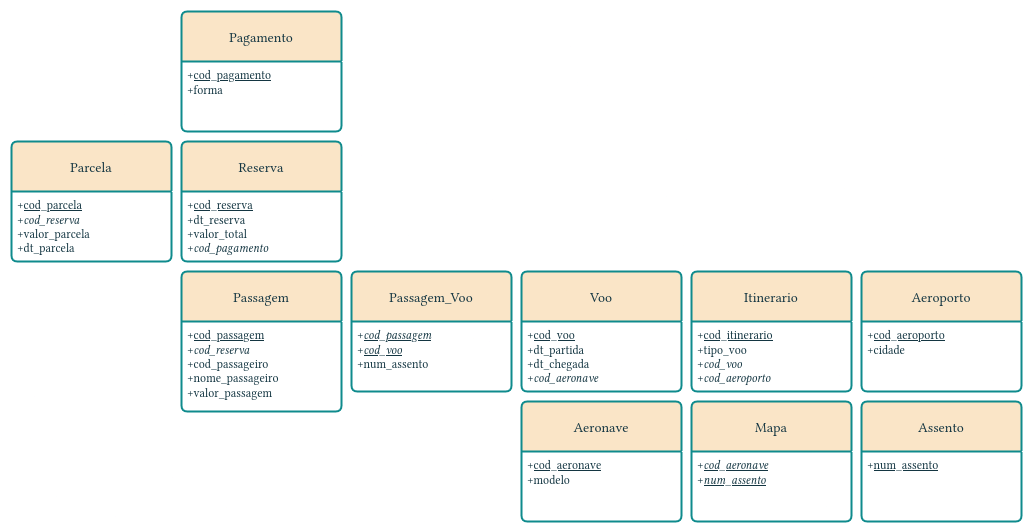
This is linhas-aereas-Tables.drawio.png from hmccl/linhas-aereas, a draw.io export, as it was before one commit. Source tidied: cells renumbered, new cells last; positions are measured from the earlier drawing's top-left corner, leaving out a move shared by most shapes.
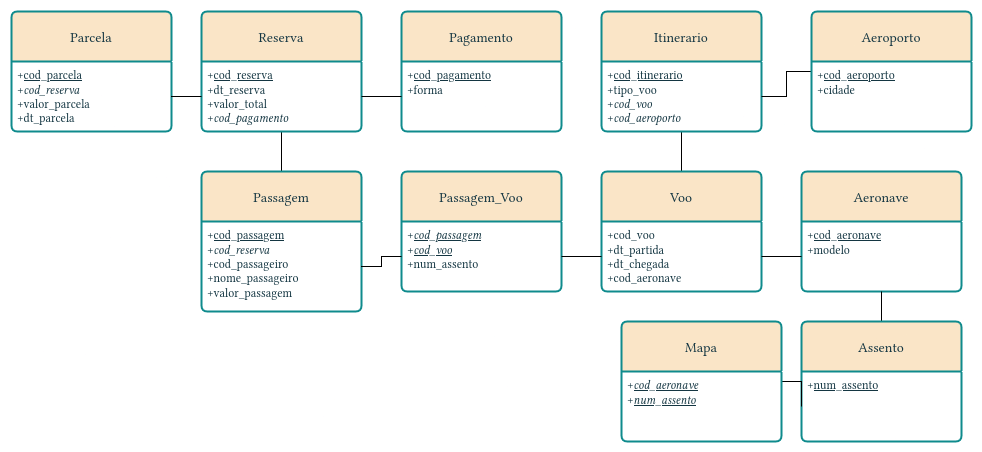
After the commit.

The edit, as a diff of the source:
```diff
@@ -2,71 +2,101 @@
   <root>
     <mxCell id="0" />
     <mxCell id="1" parent="0" />
+    <mxCell id="24" style="edgeStyle=orthogonalEdgeStyle;rounded=0;jettySize=auto;html=1;endArrow=none;startFill=0;" parent="1" edge="1" source="2" target="19">
+      <mxGeometry relative="1" as="geometry" />
+    </mxCell>
     <mxCell id="2" value="Passagem" style="swimlane;horizontal=1;startSize=50;rounded=1;fontSize=14;fontStyle=0;strokeWidth=2;shadow=0;dashed=0;align=center;arcSize=4;whiteSpace=wrap;html=1;labelBackgroundColor=none;fillColor=#FAE5C7;strokeColor=#0F8B8D;fontColor=#143642;swimlaneFillColor=default;" parent="1" vertex="1">
-      <mxGeometry x="170" y="260" width="160" height="140" as="geometry" />
+      <mxGeometry x="190" y="160" width="160" height="140" as="geometry" />
     </mxCell>
     <mxCell id="3" value="+&lt;u&gt;cod_passagem&lt;/u&gt;&lt;br&gt;+&lt;i&gt;cod_reserva&lt;/i&gt;&lt;br&gt;&lt;div&gt;+cod_passageiro&lt;/div&gt;&lt;div&gt;+nome_passageiro&lt;/div&gt;&lt;div&gt;+valor_passagem&lt;/div&gt;" style="align=left;strokeColor=none;fillColor=none;spacingLeft=4;spacingRight=4;fontSize=12;verticalAlign=top;html=1;whiteSpace=wrap;labelBackgroundColor=none;fontColor=#143642;swimlaneFillColor=default;" parent="2" vertex="1">
       <mxGeometry y="50" width="160" height="90" as="geometry" />
     </mxCell>
     <mxCell id="4" value="Passagem_Voo" style="swimlane;horizontal=1;startSize=50;rounded=1;fontSize=14;fontStyle=0;strokeWidth=2;shadow=0;dashed=0;align=center;arcSize=4;whiteSpace=wrap;html=1;labelBackgroundColor=none;fillColor=#FAE5C7;strokeColor=#0F8B8D;fontColor=#143642;swimlaneFillColor=default;" parent="1" vertex="1">
-      <mxGeometry x="340" y="260" width="160" height="120" as="geometry" />
+      <mxGeometry x="390" y="160" width="160" height="120" as="geometry" />
     </mxCell>
     <mxCell id="5" value="+&lt;i&gt;&lt;u&gt;cod_passagem&lt;br&gt;&lt;/u&gt;&lt;/i&gt;+&lt;i&gt;&lt;u&gt;cod_voo&lt;/u&gt;&lt;/i&gt;&lt;br&gt;&lt;div&gt;+num_assento&lt;/div&gt;&lt;div&gt;&lt;br&gt;&lt;/div&gt;" style="align=left;strokeColor=none;fillColor=none;spacingLeft=4;spacingRight=4;fontSize=12;verticalAlign=top;html=1;whiteSpace=wrap;labelBackgroundColor=none;fontColor=#143642;swimlaneFillColor=default;" parent="4" vertex="1">
       <mxGeometry y="50" width="160" height="70" as="geometry" />
     </mxCell>
+    <mxCell id="25" style="edgeStyle=orthogonalEdgeStyle;rounded=0;jettySize=auto;html=1;endArrow=none;startFill=0;" parent="1" edge="1" source="6" target="9">
+      <mxGeometry relative="1" as="geometry" />
+    </mxCell>
     <mxCell id="6" value="Voo" style="swimlane;horizontal=1;startSize=50;rounded=1;fontSize=14;fontStyle=0;strokeWidth=2;shadow=0;dashed=0;align=center;arcSize=4;whiteSpace=wrap;html=1;labelBackgroundColor=none;fillColor=#FAE5C7;strokeColor=#0F8B8D;fontColor=#143642;gradientColor=none;swimlaneFillColor=default;" parent="1" vertex="1">
-      <mxGeometry x="510" y="260" width="160" height="120" as="geometry" />
+      <mxGeometry x="590" y="160" width="160" height="120" as="geometry" />
     </mxCell>
-    <mxCell id="7" value="&lt;span style=&quot;background-color: light-dark(#ffffff, var(--ge-dark-color, #121212));&quot;&gt;&lt;span style=&quot;background-color: light-dark(#ffffff, var(--ge-dark-color, #121212));&quot;&gt;&lt;span style=&quot;background-color: light-dark(#ffffff, var(--ge-dark-color, #121212));&quot;&gt;&lt;span style=&quot;background-color: light-dark(#ffffff, var(--ge-dark-color, #121212));&quot;&gt;+&lt;u&gt;cod_voo&lt;/u&gt;&lt;/span&gt;&lt;/span&gt;&lt;/span&gt;&lt;/span&gt;&lt;div&gt;&lt;span style=&quot;background-color: light-dark(#ffffff, var(--ge-dark-color, #121212));&quot;&gt;+dt_partida&lt;/span&gt;&lt;/div&gt;&lt;div&gt;&lt;span style=&quot;background-color: light-dark(#ffffff, var(--ge-dark-color, #121212));&quot;&gt;+dt_chegada&lt;/span&gt;&lt;/div&gt;&lt;div&gt;&lt;span style=&quot;background-color: light-dark(#ffffff, var(--ge-dark-color, #121212));&quot;&gt;+&lt;i&gt;cod_aeronave&lt;/i&gt;&lt;/span&gt;&lt;/div&gt;" style="align=left;strokeColor=none;fillColor=none;spacingLeft=4;spacingRight=4;fontSize=12;verticalAlign=top;html=1;whiteSpace=wrap;labelBackgroundColor=none;fontColor=#143642;swimlaneFillColor=default;" parent="6" vertex="1">
+    <mxCell id="7" value="&lt;div&gt;+cod_voo&lt;br&gt;+dt_partida&lt;br&gt;+dt_chegada&lt;br&gt;+cod_aeronave&lt;br&gt;&lt;br&gt;&lt;/div&gt;" style="align=left;strokeColor=none;fillColor=none;spacingLeft=4;spacingRight=4;fontSize=12;verticalAlign=top;html=1;whiteSpace=wrap;labelBackgroundColor=none;fontColor=#143642;swimlaneFillColor=default;" parent="6" vertex="1">
       <mxGeometry y="50" width="160" height="70" as="geometry" />
     </mxCell>
     <mxCell id="8" value="Itinerario" style="swimlane;horizontal=1;startSize=50;rounded=1;fontSize=14;fontStyle=0;strokeWidth=2;shadow=0;dashed=0;align=center;arcSize=4;whiteSpace=wrap;html=1;labelBackgroundColor=none;fillColor=#FAE5C7;strokeColor=#0F8B8D;fontColor=#143642;swimlaneFillColor=default;" parent="1" vertex="1">
-      <mxGeometry x="680" y="260" width="160" height="120" as="geometry" />
+      <mxGeometry x="590" width="160" height="120" as="geometry" />
     </mxCell>
     <mxCell id="9" value="+&lt;u&gt;cod_itinerario&lt;/u&gt;&lt;br&gt;+tipo_voo&lt;br&gt;&lt;div&gt;+&lt;i&gt;cod_voo&lt;/i&gt;&lt;/div&gt;&lt;div&gt;+&lt;i&gt;cod_aeroporto&lt;/i&gt;&lt;/div&gt;" style="align=left;strokeColor=none;fillColor=none;spacingLeft=4;spacingRight=4;fontSize=12;verticalAlign=top;html=1;whiteSpace=wrap;labelBackgroundColor=none;fontColor=#143642;swimlaneFillColor=default;" parent="8" vertex="1">
       <mxGeometry y="50" width="160" height="70" as="geometry" />
     </mxCell>
+    <mxCell id="26" style="edgeStyle=orthogonalEdgeStyle;rounded=0;jettySize=auto;html=1;endArrow=none;startFill=0;" parent="1" edge="1" source="10" target="9">
+      <mxGeometry relative="1" as="geometry" />
+    </mxCell>
     <mxCell id="10" value="Aeroporto" style="swimlane;horizontal=1;startSize=50;rounded=1;fontSize=14;fontStyle=0;strokeWidth=2;shadow=0;dashed=0;align=center;arcSize=4;whiteSpace=wrap;html=1;labelBackgroundColor=none;fillColor=#FAE5C7;strokeColor=#0F8B8D;fontColor=#143642;swimlaneFillColor=default;" parent="1" vertex="1">
-      <mxGeometry x="850" y="260" width="160" height="120" as="geometry" />
+      <mxGeometry x="800" width="160" height="120" as="geometry" />
     </mxCell>
     <mxCell id="11" value="+&lt;u&gt;cod_aeroporto&lt;/u&gt;&lt;br&gt;+cidade" style="align=left;strokeColor=none;fillColor=none;spacingLeft=4;spacingRight=4;fontSize=12;verticalAlign=top;html=1;whiteSpace=wrap;labelBackgroundColor=none;fontColor=#143642;swimlaneFillColor=default;" parent="10" vertex="1">
       <mxGeometry y="50" width="160" height="70" as="geometry" />
     </mxCell>
     <mxCell id="12" value="Aeronave" style="swimlane;horizontal=1;startSize=50;rounded=1;fontSize=14;fontStyle=0;strokeWidth=2;shadow=0;dashed=0;align=center;arcSize=4;whiteSpace=wrap;html=1;labelBackgroundColor=none;fillColor=#FAE5C7;strokeColor=#0F8B8D;fontColor=#143642;swimlaneFillColor=default;" parent="1" vertex="1">
-      <mxGeometry x="510" y="390" width="160" height="120" as="geometry" />
+      <mxGeometry x="790" y="160" width="160" height="120" as="geometry" />
     </mxCell>
     <mxCell id="13" value="+&lt;u&gt;cod_aeronave&lt;/u&gt;&lt;br&gt;+modelo" style="align=left;strokeColor=none;fillColor=none;spacingLeft=4;spacingRight=4;fontSize=12;verticalAlign=top;html=1;whiteSpace=wrap;labelBackgroundColor=none;fontColor=#143642;swimlaneFillColor=default;" parent="12" vertex="1">
       <mxGeometry y="50" width="160" height="70" as="geometry" />
     </mxCell>
+    <mxCell id="27" style="edgeStyle=orthogonalEdgeStyle;rounded=0;jettySize=auto;html=1;endArrow=none;startFill=0;" parent="1" edge="1" source="14" target="13">
+      <mxGeometry relative="1" as="geometry" />
+    </mxCell>
     <mxCell id="14" value="Assento" style="swimlane;horizontal=1;startSize=50;rounded=1;fontSize=14;fontStyle=0;strokeWidth=2;shadow=0;dashed=0;align=center;arcSize=4;whiteSpace=wrap;html=1;labelBackgroundColor=none;fillColor=#FAE5C7;strokeColor=#0F8B8D;fontColor=#143642;swimlaneFillColor=default;" parent="1" vertex="1">
-      <mxGeometry x="850" y="390" width="160" height="120" as="geometry" />
+      <mxGeometry x="790" y="310" width="160" height="120" as="geometry" />
     </mxCell>
     <mxCell id="15" value="+&lt;u&gt;num_assento&lt;/u&gt;" style="align=left;strokeColor=none;fillColor=none;spacingLeft=4;spacingRight=4;fontSize=12;verticalAlign=top;html=1;whiteSpace=wrap;labelBackgroundColor=none;fontColor=#143642;swimlaneFillColor=default;" parent="14" vertex="1">
       <mxGeometry y="50" width="160" height="70" as="geometry" />
     </mxCell>
+    <mxCell id="28" style="edgeStyle=orthogonalEdgeStyle;rounded=0;jettySize=auto;html=1;endArrow=none;startFill=0;" parent="1" edge="1" source="16" target="15">
+      <mxGeometry relative="1" as="geometry" />
+    </mxCell>
     <mxCell id="16" value="Mapa" style="swimlane;horizontal=1;startSize=50;rounded=1;fontSize=14;fontStyle=0;strokeWidth=2;shadow=0;dashed=0;align=center;arcSize=4;whiteSpace=wrap;html=1;labelBackgroundColor=none;fillColor=#FAE5C7;strokeColor=#0F8B8D;fontColor=#143642;swimlaneFillColor=default;" parent="1" vertex="1">
-      <mxGeometry x="680" y="390" width="160" height="120" as="geometry" />
+      <mxGeometry x="610" y="310" width="160" height="120" as="geometry" />
     </mxCell>
     <mxCell id="17" value="+&lt;u&gt;&lt;i&gt;cod_aeronave&lt;/i&gt;&lt;/u&gt;&lt;br&gt;+&lt;u&gt;&lt;i&gt;num_assento&lt;/i&gt;&lt;/u&gt;" style="align=left;strokeColor=none;fillColor=none;spacingLeft=4;spacingRight=4;fontSize=12;verticalAlign=top;html=1;whiteSpace=wrap;labelBackgroundColor=none;fontColor=#143642;swimlaneFillColor=default;" parent="16" vertex="1">
       <mxGeometry y="50" width="160" height="70" as="geometry" />
     </mxCell>
     <mxCell id="18" value="Reserva" style="swimlane;horizontal=1;startSize=50;rounded=1;fontSize=14;fontStyle=0;strokeWidth=2;shadow=0;dashed=0;align=center;arcSize=4;whiteSpace=wrap;html=1;labelBackgroundColor=none;fillColor=#FAE5C7;strokeColor=#0F8B8D;fontColor=#143642;swimlaneFillColor=default;" parent="1" vertex="1">
-      <mxGeometry x="170" y="130" width="160" height="120" as="geometry" />
+      <mxGeometry x="190" width="160" height="120" as="geometry" />
     </mxCell>
     <mxCell id="19" value="+&lt;u&gt;cod_reserva&lt;/u&gt;&lt;br&gt;&lt;div&gt;+dt_reserva&lt;/div&gt;&lt;div&gt;+valor_total&lt;/div&gt;&lt;div&gt;&lt;div&gt;&lt;/div&gt;&lt;div&gt;+&lt;i&gt;cod_pagamento&lt;/i&gt;&lt;/div&gt;&lt;br&gt;&lt;/div&gt;" style="align=left;strokeColor=none;fillColor=none;spacingLeft=4;spacingRight=4;fontSize=12;verticalAlign=top;html=1;whiteSpace=wrap;labelBackgroundColor=none;fontColor=#143642;swimlaneFillColor=default;" parent="18" vertex="1">
       <mxGeometry y="50" width="160" height="70" as="geometry" />
     </mxCell>
     <mxCell id="20" value="Pagamento" style="swimlane;horizontal=1;startSize=50;rounded=1;fontSize=14;fontStyle=0;strokeWidth=2;shadow=0;dashed=0;align=center;arcSize=4;whiteSpace=wrap;html=1;labelBackgroundColor=none;fillColor=#FAE5C7;strokeColor=#0F8B8D;fontColor=#143642;swimlaneFillColor=default;" parent="1" vertex="1">
-      <mxGeometry x="170" width="160" height="120" as="geometry" />
+      <mxGeometry x="390" width="160" height="120" as="geometry" />
     </mxCell>
     <mxCell id="21" value="&lt;div&gt;+&lt;u&gt;cod_pagamento&lt;/u&gt;&lt;/div&gt;&lt;div&gt;+forma&lt;/div&gt;" style="align=left;strokeColor=none;fillColor=none;spacingLeft=4;spacingRight=4;fontSize=12;verticalAlign=top;html=1;whiteSpace=wrap;labelBackgroundColor=none;fontColor=#143642;swimlaneFillColor=default;" parent="20" vertex="1">
       <mxGeometry y="50" width="160" height="70" as="geometry" />
     </mxCell>
     <mxCell id="22" value="Parcela" style="swimlane;horizontal=1;startSize=50;rounded=1;fontSize=14;fontStyle=0;strokeWidth=2;shadow=0;dashed=0;align=center;arcSize=4;whiteSpace=wrap;html=1;labelBackgroundColor=none;fillColor=#FAE5C7;strokeColor=#0F8B8D;fontColor=#143642;swimlaneFillColor=default;" parent="1" vertex="1">
-      <mxGeometry y="130" width="160" height="120" as="geometry" />
+      <mxGeometry width="160" height="120" as="geometry" />
     </mxCell>
     <mxCell id="23" value="+&lt;u&gt;cod_parcela&lt;/u&gt;&lt;br&gt;&lt;div&gt;+&lt;i&gt;cod_reserva&lt;/i&gt;&lt;/div&gt;&lt;div&gt;+valor_parcela&lt;/div&gt;&lt;div&gt;+dt_parcela&lt;/div&gt;" style="align=left;strokeColor=none;fillColor=none;spacingLeft=4;spacingRight=4;fontSize=12;verticalAlign=top;html=1;whiteSpace=wrap;labelBackgroundColor=none;fontColor=#143642;swimlaneFillColor=default;" parent="22" vertex="1">
       <mxGeometry y="50" width="160" height="70" as="geometry" />
     </mxCell>
+    <mxCell id="29" style="edgeStyle=orthogonalEdgeStyle;rounded=0;jettySize=auto;html=1;endArrow=none;startFill=0;" parent="1" edge="1" source="23" target="19">
+      <mxGeometry relative="1" as="geometry" />
+    </mxCell>
+    <mxCell id="30" style="edgeStyle=orthogonalEdgeStyle;rounded=0;jettySize=auto;html=1;endArrow=none;startFill=0;" parent="1" edge="1" source="19" target="21">
+      <mxGeometry relative="1" as="geometry" />
+    </mxCell>
+    <mxCell id="31" style="edgeStyle=orthogonalEdgeStyle;rounded=0;jettySize=auto;html=1;endArrow=none;startFill=0;" parent="1" edge="1" source="3" target="5">
+      <mxGeometry relative="1" as="geometry" />
+    </mxCell>
+    <mxCell id="32" style="edgeStyle=orthogonalEdgeStyle;rounded=0;jettySize=auto;html=1;endArrow=none;startFill=0;" parent="1" edge="1" source="5" target="7">
+      <mxGeometry relative="1" as="geometry" />
+    </mxCell>
+    <mxCell id="33" style="edgeStyle=orthogonalEdgeStyle;rounded=0;jettySize=auto;html=1;endArrow=none;startFill=0;" parent="1" edge="1" source="13" target="7">
+      <mxGeometry relative="1" as="geometry" />
+    </mxCell>
   </root>
 </mxGraphModel>
```
